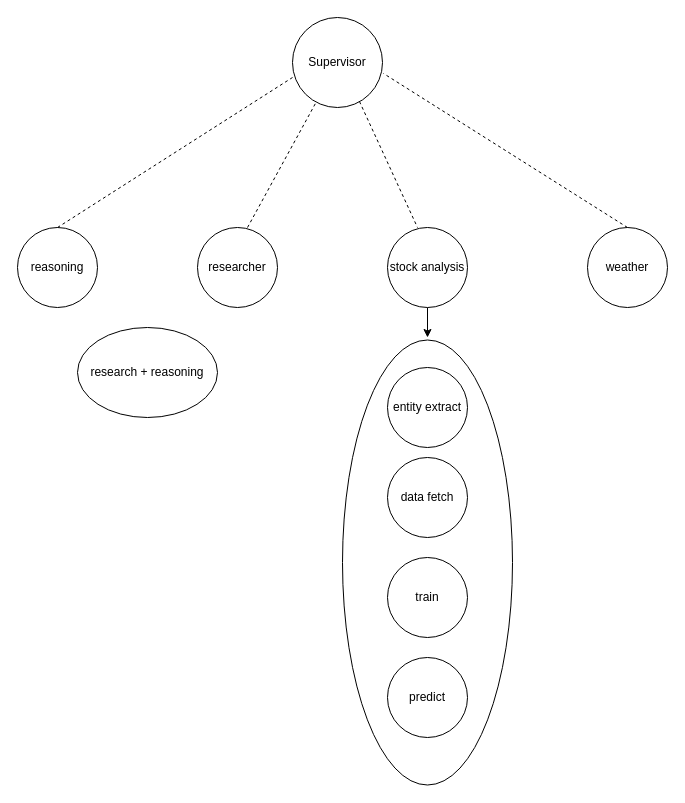
Earlier version of the draw.io diagram Untitled Diagram.drawio (gaguadcode/stock_prediction). Source tidied: cells renumbered, new cells numbered last; positions are measured from the earlier drawing's top-left corner, leaving out a move shared by most shapes. Both pictures are drawn from the tidied source at 100%, with x=0, y=0 at pixel (17, 17).
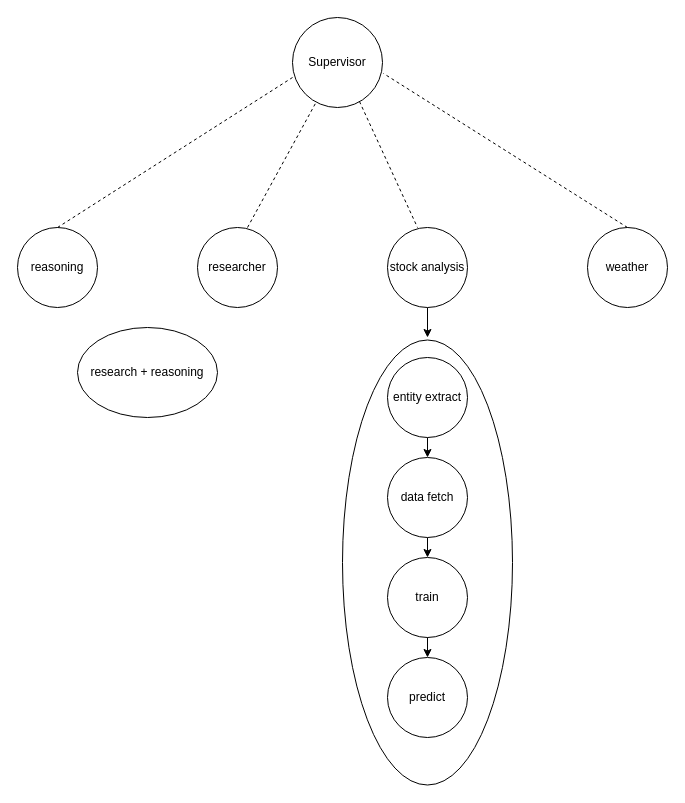
After the change.

Unchanged cells that the change refers to:
```xml
<mxCell id="10" value="data fetch" style="ellipse;whiteSpace=wrap;html=1;" parent="1" vertex="1">
  <mxGeometry x="370" y="440" width="80" height="80" as="geometry" />
</mxCell>
<mxCell id="11" value="train" style="ellipse;whiteSpace=wrap;html=1;" parent="1" vertex="1">
  <mxGeometry x="370" y="540" width="80" height="80" as="geometry" />
</mxCell>
<mxCell id="12" value="predict" style="ellipse;whiteSpace=wrap;html=1;" parent="1" vertex="1">
  <mxGeometry x="370" y="640" width="80" height="80" as="geometry" />
</mxCell>
```

Change to the diagram source:
```diff
@@
+    <mxCell id="18" style="edgeStyle=orthogonalEdgeStyle;rounded=0;jettySize=auto;html=1;exitX=0.5;exitY=1;exitDx=0;exitDy=0;entryX=0.5;entryY=0;entryDx=0;entryDy=0;" parent="1" edge="1" source="9" target="10">
+      <mxGeometry relative="1" as="geometry" />
+    </mxCell>
     <mxCell id="9" value="entity extract" style="ellipse;whiteSpace=wrap;html=1;" parent="1" vertex="1">
-      <mxGeometry x="370" y="350" width="80" height="80" as="geometry" />
+      <mxGeometry x="370" y="340" width="80" height="80" as="geometry" />
     </mxCell>
+    <mxCell id="19" style="edgeStyle=orthogonalEdgeStyle;rounded=0;jettySize=auto;html=1;exitX=0.5;exitY=1;exitDx=0;exitDy=0;entryX=0.5;entryY=0;entryDx=0;entryDy=0;" parent="1" edge="1" source="10" target="11">
+      <mxGeometry relative="1" as="geometry" />
+    </mxCell>
@@
+    <mxCell id="20" style="edgeStyle=orthogonalEdgeStyle;rounded=0;jettySize=auto;html=1;exitX=0.5;exitY=1;exitDx=0;exitDy=0;entryX=0.5;entryY=0;entryDx=0;entryDy=0;" parent="1" edge="1" source="11" target="12">
+      <mxGeometry relative="1" as="geometry" />
+    </mxCell>
```
